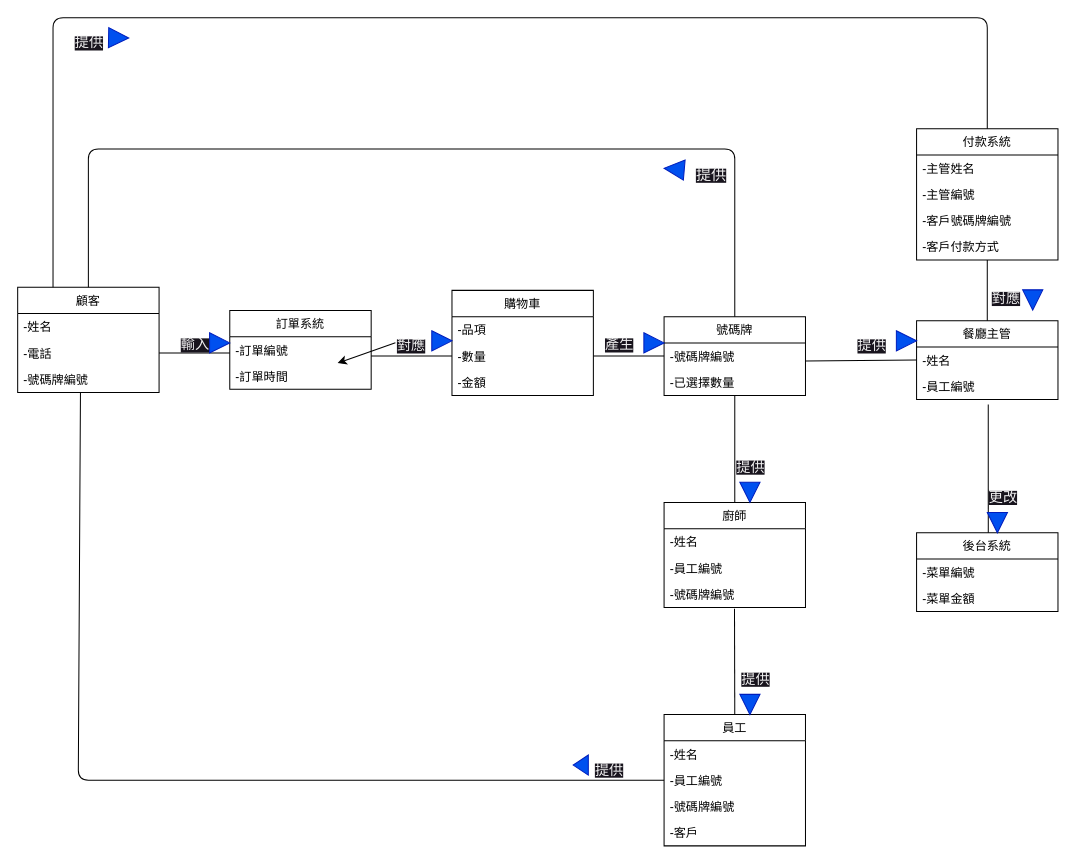
Before: page "初步類別圖" (2 of 4) of answer.drawio in der0829/111-2End, a draw.io diagram. Source tidied: cells renumbered, new cells numbered last; positions are measured from the earlier drawing's top-left corner, leaving out a move shared by most shapes. Both pictures are drawn from the tidied source at 101%, with x=0, y=0 at pixel (17, 17).
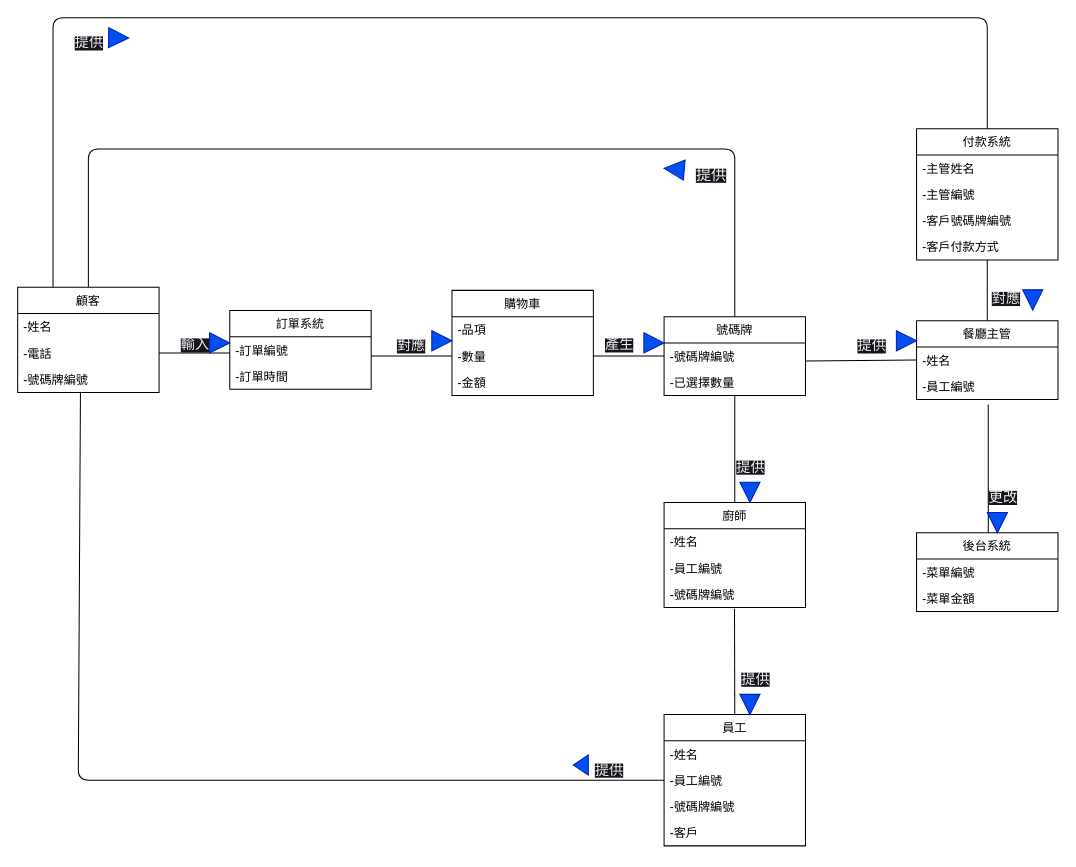
The same diagram, later.

The change refers to these unchanged cells:
```xml
<mxCell id="20" value="-訂單時間" style="text;strokeColor=none;fillColor=none;align=left;verticalAlign=top;spacingLeft=4;spacingRight=4;overflow=hidden;points=[[0,0.5],[1,0.5]];portConstraint=eastwest;" parent="18" vertex="1">
  <mxGeometry y="52" width="140" height="26" as="geometry" />
</mxCell>
<mxCell id="24" value="&lt;span style=&quot;color: rgb(240, 240, 240); font-family: Helvetica; font-style: normal; font-variant-ligatures: normal; font-variant-caps: normal; font-weight: 400; letter-spacing: normal; orphans: 2; text-align: center; text-indent: 0px; text-transform: none; widows: 2; word-spacing: 0px; -webkit-text-stroke-width: 0px; background-color: rgb(24, 20, 29); text-decoration-thickness: initial; text-decoration-style: initial; text-decoration-color: initial; float: none; display: inline !important;&quot;&gt;&lt;font style=&quot;font-size: 14px;&quot;&gt;對應&lt;/font&gt;&lt;/span&gt;" style="text;whiteSpace=wrap;html=1;" parent="1" vertex="1">
  <mxGeometry x="374" y="310" width="30" height="13" as="geometry" />
</mxCell>
```

Diff of the diagram source:
```diff
@@
-    <mxCell id="23" style="edgeStyle=none;html=1;" parent="1" edge="1" source="24" target="20">
-      <mxGeometry relative="1" as="geometry" />
-    </mxCell>
```
